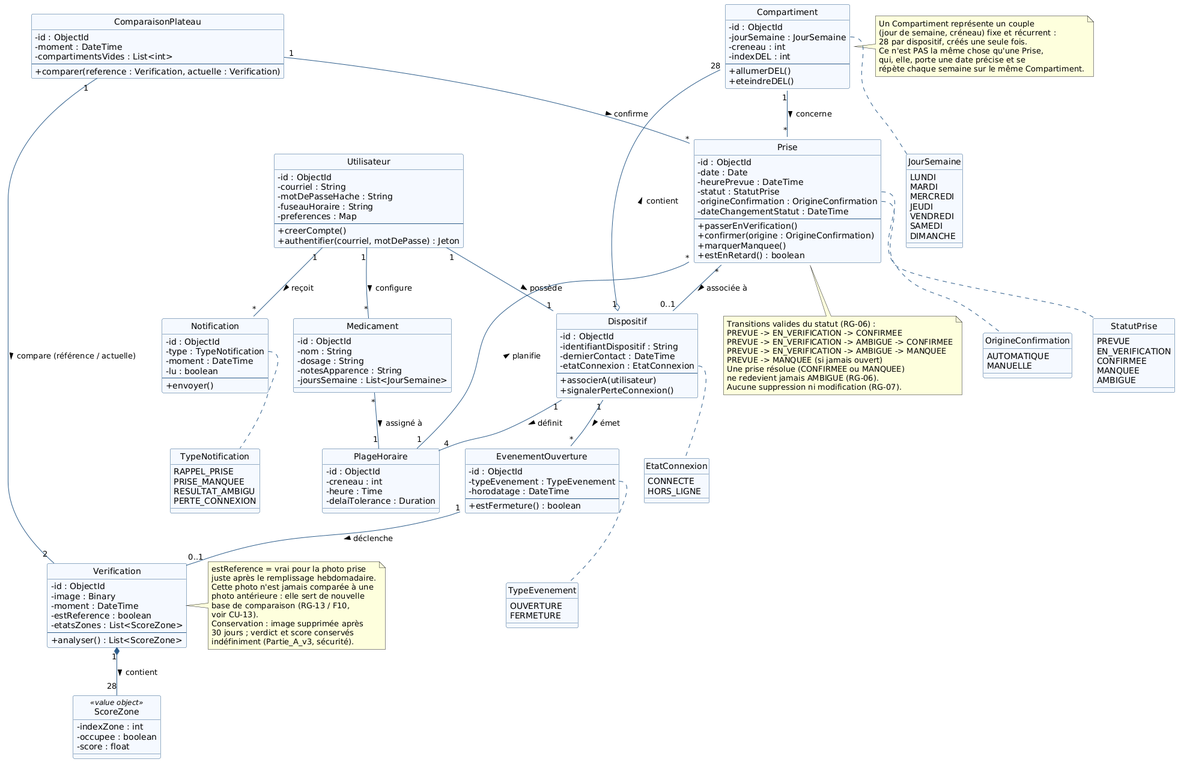
The PlantUML diagram docs/assets/Diagramme_de_classes.png in rauf-mifteev/Ahuntsic_Capstone, before a commit. Its diagram source:
```plantuml
@startuml Diagramme_de_classes

skinparam classAttributeIconSize 0
skinparam class {
  BackgroundColor #F5F9FF
  BorderColor #2C5C8A
  ArrowColor #2C5C8A
}
hide circle

class Utilisateur {
  - id : ObjectId
  - courriel : String
  - motDePasseHache : String
  - fuseauHoraire : String
  - preferences : Map
  --
  + creerCompte()
  + authentifier(courriel, motDePasse) : Jeton
}

class Dispositif {
  - id : ObjectId
  - identifiantDispositif : String
  - dernierContact : DateTime
  - etatConnexion : EtatConnexion
  --
  + associerA(utilisateur)
  + signalerPerteConnexion()
}

class Compartiment {
  - id : ObjectId
  - jourSemaine : JourSemaine
  - creneau : int
  - indexDEL : int
  --
  + allumerDEL()
  + eteindreDEL()
}

class PlageHoraire {
  - id : ObjectId
  - creneau : int
  - heure : Time
  - delaiTolerance : Duration
}

class Medicament {
  - id : ObjectId
  - nom : String
  - dosage : String
  - notesApparence : String
  - joursSemaine : List<JourSemaine>
}

class Prise {
  - id : ObjectId
  - date : Date
  - heurePrevue : DateTime
  - statut : StatutPrise
  - origineConfirmation : OrigineConfirmation
  - dateChangementStatut : DateTime
  --
  + passerEnVerification()
  + confirmer(origine : OrigineConfirmation)
  + marquerManquee()
  + estEnRetard() : boolean
}

class EvenementOuverture {
  - id : ObjectId
  - typeEvenement : TypeEvenement
  - horodatage : DateTime
  --
  + estFermeture() : boolean
}

class Verification {
  - id : ObjectId
  - image : Binary
  - moment : DateTime
  - estReference : boolean
  - etatsZones : List<ScoreZone>
  --
  + analyser() : List<ScoreZone>
}

class ScoreZone <<value object>> {
  - indexZone : int
  - occupee : boolean
  - score : float
}

class ComparaisonPlateau {
  - id : ObjectId
  - moment : DateTime
  - compartimentsVides : List<int>
  --
  + comparer(reference : Verification, actuelle : Verification)
}

class Notification {
  - id : ObjectId
  - type : TypeNotification
  - moment : DateTime
  - lu : boolean
  --
  + envoyer()
}

enum JourSemaine {
  LUNDI
  MARDI
  MERCREDI
  JEUDI
  VENDREDI
  SAMEDI
  DIMANCHE
}

enum StatutPrise {
  PREVUE
  EN_VERIFICATION
  CONFIRMEE
  MANQUEE
  AMBIGUE
}

enum OrigineConfirmation {
  AUTOMATIQUE
  MANUELLE
}

enum TypeEvenement {
  OUVERTURE
  FERMETURE
}

enum EtatConnexion {
  CONNECTE
  HORS_LIGNE
}

enum TypeNotification {
  RAPPEL_PRISE
  PRISE_MANQUEE
  RESULTAT_AMBIGU
  PERTE_CONNEXION
}


Utilisateur "1" -- "1" Dispositif : possède >
Utilisateur "1" -- "*" Medicament : configure >
Utilisateur "1" -- "*" Notification : reçoit >

Dispositif "1" -- "4" PlageHoraire : définit >
Dispositif "1" o-- "28" Compartiment : contient >
Dispositif "1" -- "*" EvenementOuverture : émet >

Medicament "*" -- "1" PlageHoraire : assigné à >

Compartiment "1" -- "*" Prise : concerne >
PlageHoraire "1" -- "*" Prise : planifie >
Prise "*" -- "0..1" Dispositif : associée à >

EvenementOuverture "1" -- "0..1" Verification : déclenche >
ComparaisonPlateau "1" -- "2" Verification : compare (référence / actuelle) >
ComparaisonPlateau "1" -- "*" Prise : confirme >
Verification "1" *-- "28" ScoreZone : contient >

Prise::statut .. StatutPrise
Prise::origineConfirmation .. OrigineConfirmation
EvenementOuverture::typeEvenement .. TypeEvenement
Dispositif::etatConnexion .. EtatConnexion
Notification::type .. TypeNotification
Compartiment::jourSemaine .. JourSemaine

note right of Compartiment
  Un Compartiment représente un couple
  (jour de semaine, créneau) fixe et récurrent :
  28 par dispositif, créés une seule fois.
  Ce n'est PAS la même chose qu'une Prise,
  qui, elle, porte une date précise et se
  répète chaque semaine sur le même Compartiment.
end note

note right of Verification
  estReference = vrai pour la photo prise
  juste après le remplissage hebdomadaire.
  Cette photo n'est jamais comparée à une
  photo antérieure : elle sert de nouvelle
  base de comparaison (RG-13 / F10,
  voir CU-13).
  Conservation : image supprimée après
  30 jours ; verdict et score conservés
  indéfiniment (Partie_A_v3, sécurité).
end note

note bottom of Prise
  Transitions valides du statut (RG-06) :
  PREVUE -> EN_VERIFICATION -> CONFIRMEE
  PREVUE -> EN_VERIFICATION -> AMBIGUE -> CONFIRMEE
  PREVUE -> EN_VERIFICATION -> AMBIGUE -> MANQUEE
  PREVUE -> MANQUEE (si jamais ouvert)
  Une prise résolue (CONFIRMEE ou MANQUEE)
  ne redevient jamais AMBIGUE (RG-06).
  Aucune suppression ni modification (RG-07).
end note

@enduml
```
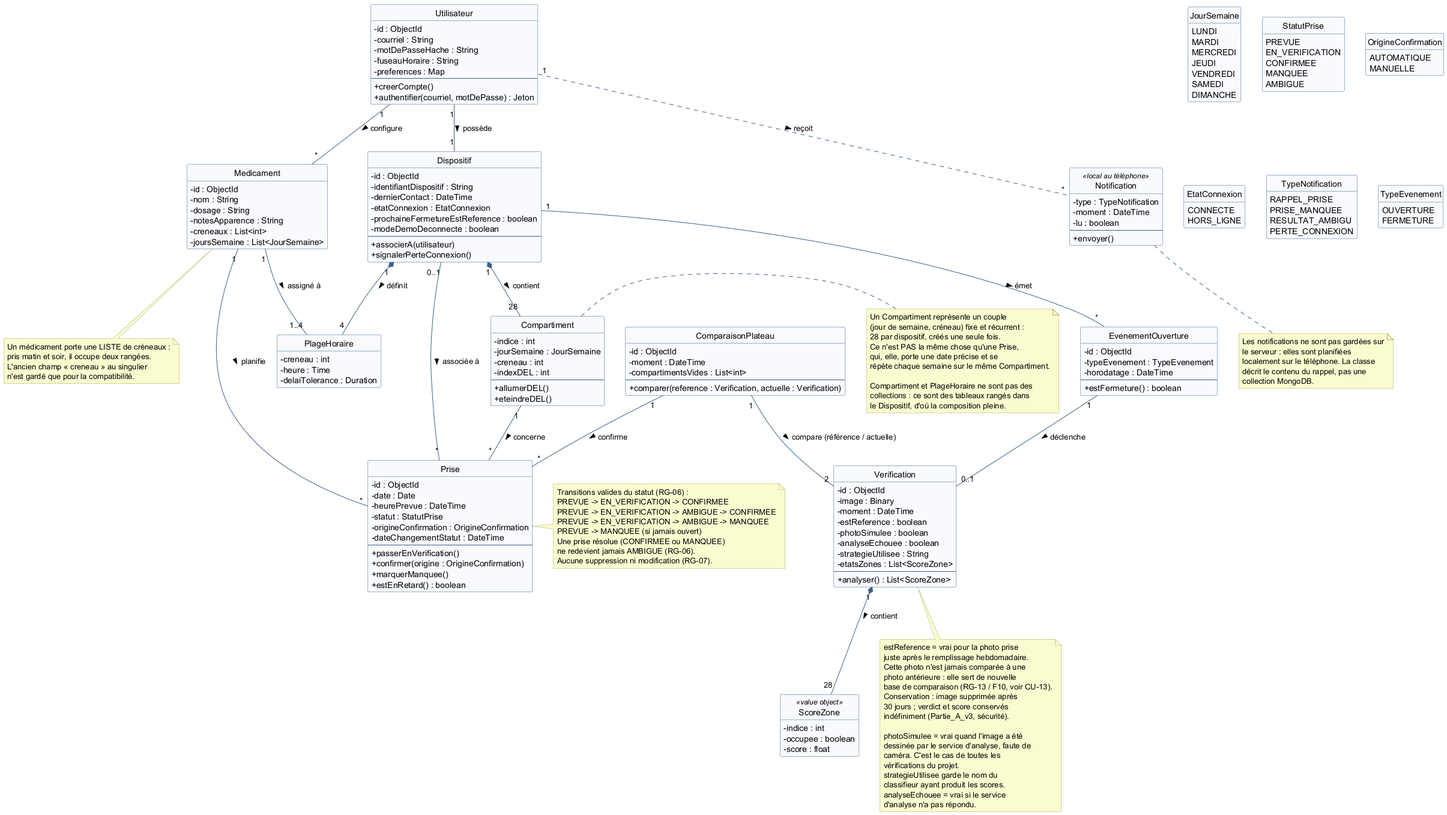
After the commit.

The edit, as a diff of the source:
```diff
@@ -1,112 +1,127 @@
-@startuml Diagramme_de_classes
+@startuml
 
+hide circle
+hide empty members
+skinparam shadowing false
 skinparam classAttributeIconSize 0
 skinparam class {
-  BackgroundColor #F5F9FF
-  BorderColor #2C5C8A
-  ArrowColor #2C5C8A
+  BackgroundColor #F8FAFE
+  BorderColor #38618C
+  ArrowColor #38618C
+  FontColor #000000
 }
-hide circle
+skinparam note {
+  BackgroundColor #FBFBD0
+  BorderColor #A9A95E
+}
+skinparam enum {
+  BackgroundColor #F8FAFE
+  BorderColor #38618C
+}
+
+class ComparaisonPlateau {
+  -id : ObjectId
+  -moment : DateTime
+  -compartimentsVides : List<int>
+  --
+  +comparer(reference : Verification, actuelle : Verification)
+}
+
+class Compartiment {
+  -indice : int
+  -jourSemaine : JourSemaine
+  -creneau : int
+  -indexDEL : int
+  --
+  +allumerDEL()
+  +eteindreDEL()
+}
+
+class Prise {
+  -id : ObjectId
+  -date : Date
+  -heurePrevue : DateTime
+  -statut : StatutPrise
+  -origineConfirmation : OrigineConfirmation
+  -dateChangementStatut : DateTime
+  --
+  +passerEnVerification()
+  +confirmer(origine : OrigineConfirmation)
+  +marquerManquee()
+  +estEnRetard() : boolean
+}
 
 class Utilisateur {
-  - id : ObjectId
-  - courriel : String
-  - motDePasseHache : String
-  - fuseauHoraire : String
-  - preferences : Map
+  -id : ObjectId
+  -courriel : String
+  -motDePasseHache : String
+  -fuseauHoraire : String
+  -preferences : Map
   --
-  + creerCompte()
-  + authentifier(courriel, motDePasse) : Jeton
+  +creerCompte()
+  +authentifier(courriel, motDePasse) : Jeton
+}
+
+class Medicament {
+  -id : ObjectId
+  -nom : String
+  -dosage : String
+  -notesApparence : String
+  -creneaux : List<int>
+  -joursSemaine : List<JourSemaine>
 }
 
 class Dispositif {
-  - id : ObjectId
-  - identifiantDispositif : String
-  - dernierContact : DateTime
-  - etatConnexion : EtatConnexion
+  -id : ObjectId
+  -identifiantDispositif : String
+  -dernierContact : DateTime
+  -etatConnexion : EtatConnexion
+  -prochaineFermetureEstReference : boolean
+  -modeDemoDeconnecte : boolean
   --
-  + associerA(utilisateur)
-  + signalerPerteConnexion()
-}
-
-class Compartiment {
-  - id : ObjectId
-  - jourSemaine : JourSemaine
-  - creneau : int
-  - indexDEL : int
-  --
-  + allumerDEL()
-  + eteindreDEL()
+  +associerA(utilisateur)
+  +signalerPerteConnexion()
 }
 
 class PlageHoraire {
-  - id : ObjectId
-  - creneau : int
-  - heure : Time
-  - delaiTolerance : Duration
-}
-
-class Medicament {
-  - id : ObjectId
-  - nom : String
-  - dosage : String
-  - notesApparence : String
-  - joursSemaine : List<JourSemaine>
-}
-
-class Prise {
-  - id : ObjectId
-  - date : Date
-  - heurePrevue : DateTime
-  - statut : StatutPrise
-  - origineConfirmation : OrigineConfirmation
-  - dateChangementStatut : DateTime
-  --
-  + passerEnVerification()
-  + confirmer(origine : OrigineConfirmation)
-  + marquerManquee()
-  + estEnRetard() : boolean
+  -creneau : int
+  -heure : Time
+  -delaiTolerance : Duration
 }
 
 class EvenementOuverture {
-  - id : ObjectId
-  - typeEvenement : TypeEvenement
-  - horodatage : DateTime
+  -id : ObjectId
+  -typeEvenement : TypeEvenement
+  -horodatage : DateTime
   --
-  + estFermeture() : boolean
+  +estFermeture() : boolean
 }
 
 class Verification {
-  - id : ObjectId
-  - image : Binary
-  - moment : DateTime
-  - estReference : boolean
-  - etatsZones : List<ScoreZone>
+  -id : ObjectId
+  -image : Binary
+  -moment : DateTime
+  -estReference : boolean
+  -photoSimulee : boolean
+  -analyseEchouee : boolean
+  -strategieUtilisee : String
+  -etatsZones : List<ScoreZone>
   --
-  + analyser() : List<ScoreZone>
+  +analyser() : List<ScoreZone>
 }
 
 class ScoreZone <<value object>> {
-  - indexZone : int
-  - occupee : boolean
-  - score : float
+  -indice : int
+  -occupee : boolean
+  -score : float
 }
 
-class ComparaisonPlateau {
-  - id : ObjectId
-  - moment : DateTime
-  - compartimentsVides : List<int>
+class Notification <<local au téléphone>> {
+  -type : TypeNotification
+  -moment : DateTime
+  -lu : boolean
   --
-  + comparer(reference : Verification, actuelle : Verification)
-}
-
-class Notification {
-  - id : ObjectId
-  - type : TypeNotification
-  - moment : DateTime
-  - lu : boolean
-  --
-  + envoyer()
+  +envoyer()
 }
 
 enum JourSemaine {
@@ -132,11 +147,6 @@
   MANUELLE
 }
 
-enum TypeEvenement {
-  OUVERTURE
-  FERMETURE
-}
-
 enum EtatConnexion {
   CONNECTE
   HORS_LIGNE
@@ -149,32 +159,29 @@
   PERTE_CONNEXION
 }
 
+enum TypeEvenement {
+  OUVERTURE
+  FERMETURE
+}
 
+Utilisateur "1" -- "*" Medicament : configure >
 Utilisateur "1" -- "1" Dispositif : possède >
-Utilisateur "1" -- "*" Medicament : configure >
-Utilisateur "1" -- "*" Notification : reçoit >
+Utilisateur "1" .. "*" Notification : reçoit >
 
-Dispositif "1" -- "4" PlageHoraire : définit >
-Dispositif "1" o-- "28" Compartiment : contient >
+Dispositif "1" *-- "28" Compartiment : contient >
+Dispositif "1" *-- "4" PlageHoraire : définit >
 Dispositif "1" -- "*" EvenementOuverture : émet >
+Dispositif "0..1" -- "*" Prise : associée à >
 
-Medicament "*" -- "1" PlageHoraire : assigné à >
+Medicament "1" -- "1..4" PlageHoraire : assigné à >
+Medicament "1" -- "*" Prise : planifie >
 
 Compartiment "1" -- "*" Prise : concerne >
-PlageHoraire "1" -- "*" Prise : planifie >
-Prise "*" -- "0..1" Dispositif : associée à >
 
 EvenementOuverture "1" -- "0..1" Verification : déclenche >
+Verification "1" *-- "28" ScoreZone : contient >
 ComparaisonPlateau "1" -- "2" Verification : compare (référence / actuelle) >
 ComparaisonPlateau "1" -- "*" Prise : confirme >
-Verification "1" *-- "28" ScoreZone : contient >
-
-Prise::statut .. StatutPrise
-Prise::origineConfirmation .. OrigineConfirmation
-EvenementOuverture::typeEvenement .. TypeEvenement
-Dispositif::etatConnexion .. EtatConnexion
-Notification::type .. TypeNotification
-Compartiment::jourSemaine .. JourSemaine
 
 note right of Compartiment
   Un Compartiment représente un couple
@@ -183,21 +190,13 @@
   Ce n'est PAS la même chose qu'une Prise,
   qui, elle, porte une date précise et se
   répète chaque semaine sur le même Compartiment.
+
+  Compartiment et PlageHoraire ne sont pas des
+  collections : ce sont des tableaux rangés dans
+  le Dispositif, d'où la composition pleine.
 end note
 
-note right of Verification
-  estReference = vrai pour la photo prise
-  juste après le remplissage hebdomadaire.
-  Cette photo n'est jamais comparée à une
-  photo antérieure : elle sert de nouvelle
-  base de comparaison (RG-13 / F10,
-  voir CU-13).
-  Conservation : image supprimée après
-  30 jours ; verdict et score conservés
-  indéfiniment (Partie_A_v3, sécurité).
-end note
-
-note bottom of Prise
+note right of Prise
   Transitions valides du statut (RG-06) :
   PREVUE -> EN_VERIFICATION -> CONFIRMEE
   PREVUE -> EN_VERIFICATION -> AMBIGUE -> CONFIRMEE
@@ -208,4 +207,39 @@
   Aucune suppression ni modification (RG-07).
 end note
 
+note bottom of Medicament
+  Un médicament porte une LISTE de créneaux :
+  pris matin et soir, il occupe deux rangées.
+  L'ancien champ « creneau » au singulier
+  n'est gardé que pour la compatibilité.
+end note
+
+note bottom of Verification
+  estReference = vrai pour la photo prise
+  juste après le remplissage hebdomadaire.
+  Cette photo n'est jamais comparée à une
+  photo antérieure : elle sert de nouvelle
+  base de comparaison (RG-13 / F10, voir CU-13).
+  Conservation : image supprimée après
+  30 jours ; verdict et score conservés
+  indéfiniment (Partie_A_v3, sécurité).
+
+  photoSimulee = vrai quand l'image a été
+  dessinée par le service d'analyse, faute de
+  caméra. C'est le cas de toutes les
+  vérifications du projet.
+  strategieUtilisee garde le nom du
+  classifieur ayant produit les scores.
+  analyseEchouee = vrai si le service
+  d'analyse n'a pas répondu.
+end note
+
+note bottom of Notification
+  Les notifications ne sont pas gardées sur
+  le serveur : elles sont planifiées
+  localement sur le téléphone. La classe
+  décrit le contenu du rappel, pas une
+  collection MongoDB.
+end note
+
 @enduml
```
